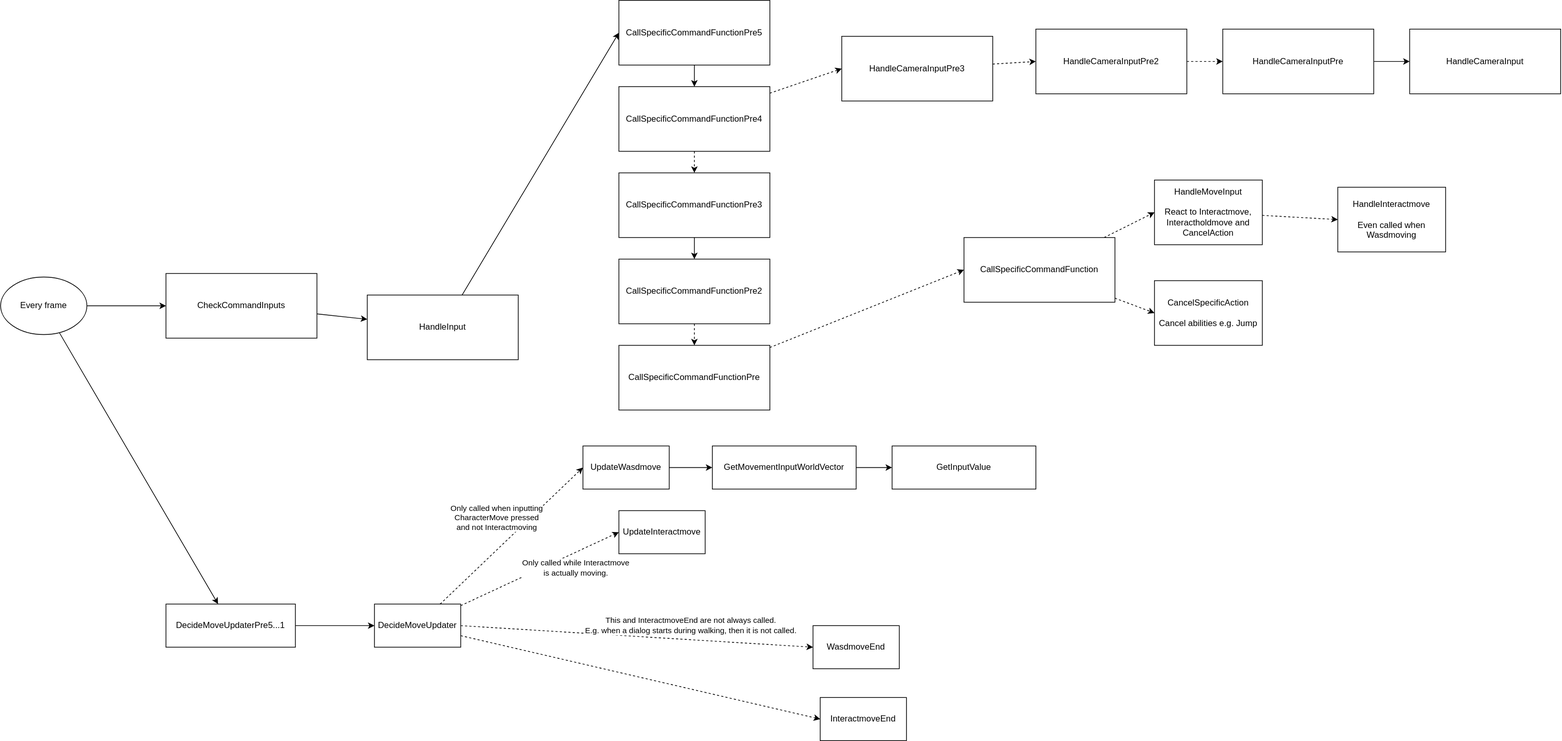
Earlier version of the draw.io export doc/input_program_flow.drawio.svg (Ch4nKyy/BG3WASD). Source tidied: cells renumbered, new cells last; positions are measured from the earlier drawing's top-left corner, leaving out a move shared by most shapes.
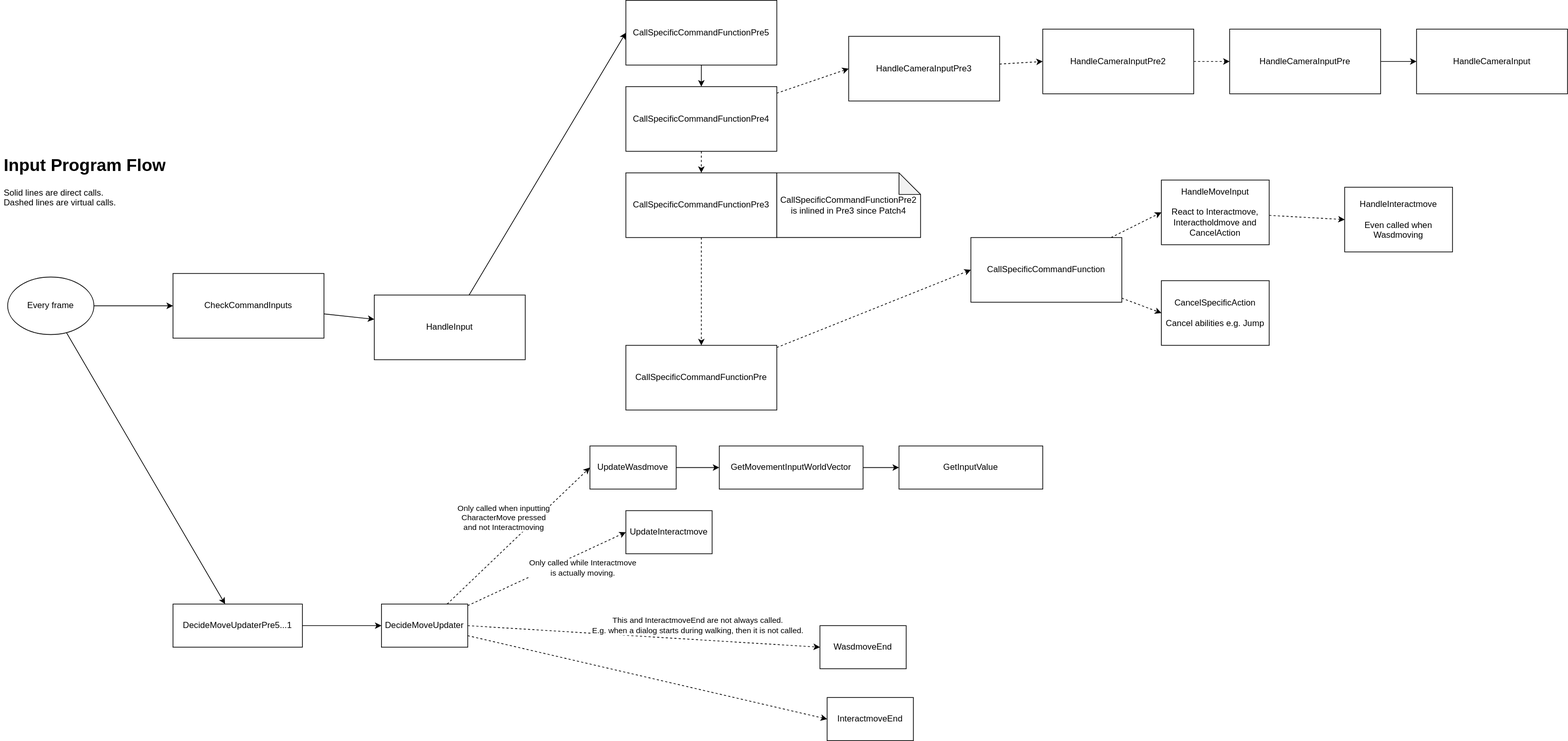
After the change.

What changed in the source:
```diff
@@ -109,18 +109,12 @@
     <mxCell id="36" value="CallSpecificCommandFunctionPre4" style="rounded=0;whiteSpace=wrap;html=1;" parent="1" vertex="1">
       <mxGeometry x="860" y="120" width="210" height="90" as="geometry" />
     </mxCell>
-    <mxCell id="37" style="edgeStyle=none;html=1;entryX=0.5;entryY=0;entryDx=0;entryDy=0;" parent="1" edge="1" source="38" target="40">
-      <mxGeometry relative="1" as="geometry" />
-    </mxCell>
     <mxCell id="38" value="CallSpecificCommandFunctionPre3" style="rounded=0;whiteSpace=wrap;html=1;" parent="1" vertex="1">
       <mxGeometry x="860" y="240" width="210" height="90" as="geometry" />
     </mxCell>
-    <mxCell id="39" style="edgeStyle=none;html=1;entryX=0.5;entryY=0;entryDx=0;entryDy=0;dashed=1;" parent="1" edge="1" source="40" target="42">
+    <mxCell id="39" style="edgeStyle=none;html=1;entryX=0.5;entryY=0;entryDx=0;entryDy=0;dashed=1;exitX=0.5;exitY=1;exitDx=0;exitDy=0;" parent="1" edge="1" source="38" target="42">
       <mxGeometry relative="1" as="geometry" />
     </mxCell>
-    <mxCell id="40" value="CallSpecificCommandFunctionPre2" style="rounded=0;whiteSpace=wrap;html=1;" parent="1" vertex="1">
-      <mxGeometry x="860" y="360" width="210" height="90" as="geometry" />
-    </mxCell>
     <mxCell id="41" style="edgeStyle=none;html=1;entryX=0;entryY=0.5;entryDx=0;entryDy=0;dashed=1;" parent="1" edge="1" source="42" target="23">
       <mxGeometry relative="1" as="geometry" />
     </mxCell>
@@ -151,5 +145,11 @@
     <mxCell id="50" value="HandleCameraInput" style="rounded=0;whiteSpace=wrap;html=1;" parent="1" vertex="1">
       <mxGeometry x="1960" y="40" width="210" height="90" as="geometry" />
     </mxCell>
+    <mxCell id="51" value="&lt;h1&gt;Input Program Flow&lt;/h1&gt;&lt;p&gt;Solid lines are direct calls.&lt;br&gt;Dashed lines are virtual calls.&lt;/p&gt;" style="text;html=1;strokeColor=none;fillColor=none;spacing=5;spacingTop=-20;whiteSpace=wrap;overflow=hidden;rounded=0;" parent="1" vertex="1">
+      <mxGeometry x="-10" y="210" width="410" height="120" as="geometry" />
+    </mxCell>
+    <mxCell id="52" value="CallSpecificCommandFunctionPre2 is inlined in Pre3 since Patch4" style="shape=note;whiteSpace=wrap;html=1;backgroundOutline=1;darkOpacity=0.05;" parent="1" vertex="1">
+      <mxGeometry x="1070" y="240" width="200" height="90" as="geometry" />
+    </mxCell>
   </root>
 </mxGraphModel>
```
